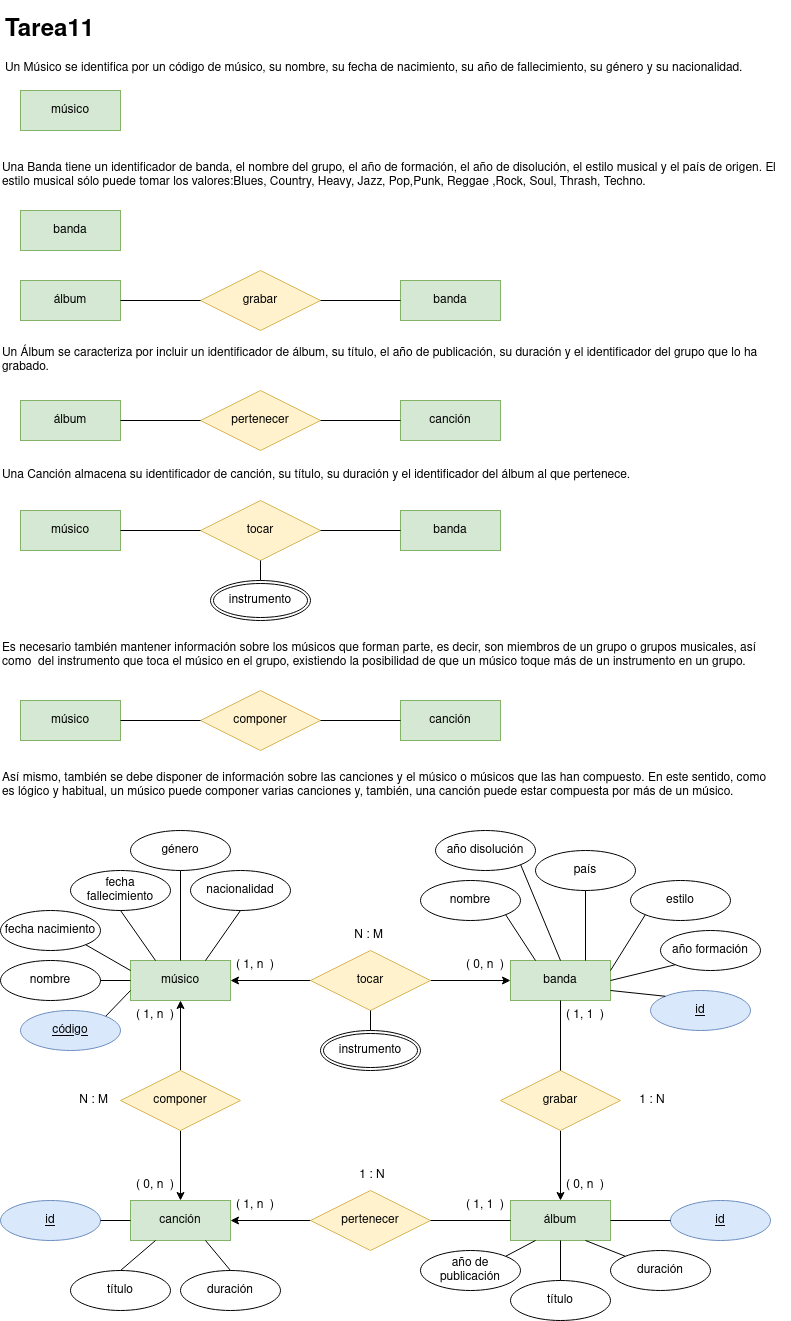
javigh193/bae keeps this draw.io diagram as tareasER/tarea11.png. Above is the earlier version. Source tidied: cells renumbered, new cells last; positions are measured from the earlier drawing's top-left corner, leaving out a move shared by most shapes.
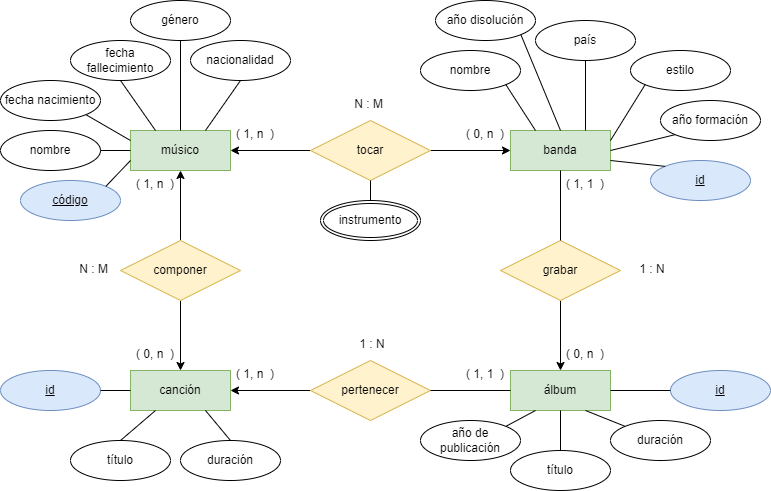
Later version of the same file.

Diff of the diagram source:
```diff
@@ -2,96 +2,6 @@
   <root>
     <mxCell id="0" />
     <mxCell id="1" parent="0" />
-    <mxCell id="2" value="&lt;h1&gt;Tarea11&lt;br&gt;&lt;/h1&gt;&lt;p&gt;Un Músico se identifica por un código de músico, su nombre, su fecha de nacimiento, su año de fallecimiento, su género y su nacionalidad.&lt;/p&gt;" style="text;html=1;strokeColor=none;fillColor=none;spacing=5;spacingTop=-20;whiteSpace=wrap;overflow=hidden;rounded=0;" parent="1" vertex="1">
-      <mxGeometry width="790" height="70" as="geometry" />
-    </mxCell>
-    <mxCell id="3" value="músico" style="whiteSpace=wrap;html=1;align=center;fillColor=#d5e8d4;strokeColor=#82b366;" parent="1" vertex="1">
-      <mxGeometry x="20" y="80" width="100" height="40" as="geometry" />
-    </mxCell>
-    <mxCell id="4" value="&lt;div align=&quot;left&quot;&gt;Una Banda tiene un identificador de banda, el nombre del grupo, el año de formación, el año de disolución, el estilo musical y el país de origen. El estilo musical sólo puede tomar los valores:Blues, Country, Heavy, Jazz, Pop,Punk, Reggae ,Rock, Soul, Thrash, Techno.&lt;/div&gt;" style="text;html=1;strokeColor=none;fillColor=none;align=left;verticalAlign=middle;whiteSpace=wrap;rounded=0;" parent="1" vertex="1">
-      <mxGeometry y="150" width="780" height="30" as="geometry" />
-    </mxCell>
-    <mxCell id="5" value="banda" style="whiteSpace=wrap;html=1;align=center;fillColor=#d5e8d4;strokeColor=#82b366;" parent="1" vertex="1">
-      <mxGeometry x="20" y="200" width="100" height="40" as="geometry" />
-    </mxCell>
-    <mxCell id="6" value="álbum" style="whiteSpace=wrap;html=1;align=center;fillColor=#d5e8d4;strokeColor=#82b366;" parent="1" vertex="1">
-      <mxGeometry x="20" y="270" width="100" height="40" as="geometry" />
-    </mxCell>
-    <mxCell id="7" value="Un Álbum se caracteriza por incluir un identificador de álbum, su título, el año de publicación, su duración y el identificador del grupo que lo ha grabado." style="text;html=1;strokeColor=none;fillColor=none;align=left;verticalAlign=middle;whiteSpace=wrap;rounded=0;" parent="1" vertex="1">
-      <mxGeometry y="335" width="780" height="30" as="geometry" />
-    </mxCell>
-    <mxCell id="8" value="Una Canción almacena su identificador de canción, su título, su duración y el identificador del álbum al que pertenece." style="text;html=1;strokeColor=none;fillColor=none;align=left;verticalAlign=middle;whiteSpace=wrap;rounded=0;" parent="1" vertex="1">
-      <mxGeometry y="450" width="780" height="30" as="geometry" />
-    </mxCell>
-    <mxCell id="9" value="Es necesario también mantener información sobre los músicos que forman parte, es decir, son miembros de un grupo o grupos musicales, así como&amp;nbsp; del instrumento que toca el músico en el grupo, existiendo la posibilidad de que un músico toque más de un instrumento en un grupo." style="text;html=1;strokeColor=none;fillColor=none;align=left;verticalAlign=middle;whiteSpace=wrap;rounded=0;" parent="1" vertex="1">
-      <mxGeometry y="620" width="780" height="50" as="geometry" />
-    </mxCell>
-    <mxCell id="10" value="canción" style="whiteSpace=wrap;html=1;align=center;fillColor=#d5e8d4;strokeColor=#82b366;" parent="1" vertex="1">
-      <mxGeometry x="400" y="390" width="100" height="40" as="geometry" />
-    </mxCell>
-    <mxCell id="11" value="grabar" style="shape=rhombus;perimeter=rhombusPerimeter;whiteSpace=wrap;html=1;align=center;fillColor=#fff2cc;strokeColor=#d6b656;" parent="1" vertex="1">
-      <mxGeometry x="200" y="260" width="120" height="60" as="geometry" />
-    </mxCell>
-    <mxCell id="12" value="banda" style="whiteSpace=wrap;html=1;align=center;fillColor=#d5e8d4;strokeColor=#82b366;" parent="1" vertex="1">
-      <mxGeometry x="400" y="270" width="100" height="40" as="geometry" />
-    </mxCell>
-    <mxCell id="13" style="endArrow=none;html=1;rounded=0;exitX=1;exitY=0.5;exitDx=0;exitDy=0;entryX=0;entryY=0.5;entryDx=0;entryDy=0;" parent="1" edge="1" source="11" target="12">
-      <mxGeometry relative="1" as="geometry" />
-    </mxCell>
-    <mxCell id="14" style="endArrow=none;html=1;rounded=0;exitX=0;exitY=0.5;exitDx=0;exitDy=0;entryX=1;entryY=0.5;entryDx=0;entryDy=0;" parent="1" edge="1" source="11" target="6">
-      <mxGeometry relative="1" as="geometry" />
-    </mxCell>
-    <mxCell id="15" value="álbum" style="whiteSpace=wrap;html=1;align=center;fillColor=#d5e8d4;strokeColor=#82b366;" parent="1" vertex="1">
-      <mxGeometry x="20" y="390" width="100" height="40" as="geometry" />
-    </mxCell>
-    <mxCell id="16" value="pertenecer" style="shape=rhombus;perimeter=rhombusPerimeter;whiteSpace=wrap;html=1;align=center;fillColor=#fff2cc;strokeColor=#d6b656;" parent="1" vertex="1">
-      <mxGeometry x="200" y="380" width="120" height="60" as="geometry" />
-    </mxCell>
-    <mxCell id="17" style="endArrow=none;html=1;rounded=0;exitX=1;exitY=0.5;exitDx=0;exitDy=0;entryX=0;entryY=0.5;entryDx=0;entryDy=0;" parent="1" edge="1" source="16" target="10">
-      <mxGeometry relative="1" as="geometry" />
-    </mxCell>
-    <mxCell id="18" style="endArrow=none;html=1;rounded=0;exitX=0;exitY=0.5;exitDx=0;exitDy=0;entryX=1;entryY=0.5;entryDx=0;entryDy=0;" parent="1" edge="1" source="16" target="15">
-      <mxGeometry relative="1" as="geometry" />
-    </mxCell>
-    <mxCell id="19" value="músico" style="whiteSpace=wrap;html=1;align=center;fillColor=#d5e8d4;strokeColor=#82b366;" parent="1" vertex="1">
-      <mxGeometry x="20" y="500" width="100" height="40" as="geometry" />
-    </mxCell>
-    <mxCell id="20" value="banda" style="whiteSpace=wrap;html=1;align=center;fillColor=#d5e8d4;strokeColor=#82b366;" parent="1" vertex="1">
-      <mxGeometry x="400" y="500" width="100" height="40" as="geometry" />
-    </mxCell>
-    <mxCell id="21" value="tocar" style="shape=rhombus;perimeter=rhombusPerimeter;whiteSpace=wrap;html=1;align=center;fillColor=#fff2cc;strokeColor=#d6b656;" parent="1" vertex="1">
-      <mxGeometry x="200" y="490" width="120" height="60" as="geometry" />
-    </mxCell>
-    <mxCell id="22" style="endArrow=none;html=1;rounded=0;exitX=1;exitY=0.5;exitDx=0;exitDy=0;entryX=0;entryY=0.5;entryDx=0;entryDy=0;" parent="1" edge="1" source="21" target="20">
-      <mxGeometry relative="1" as="geometry" />
-    </mxCell>
-    <mxCell id="23" style="endArrow=none;html=1;rounded=0;exitX=0;exitY=0.5;exitDx=0;exitDy=0;entryX=1;entryY=0.5;entryDx=0;entryDy=0;" parent="1" edge="1" source="21" target="19">
-      <mxGeometry relative="1" as="geometry" />
-    </mxCell>
-    <mxCell id="24" value="instrumento" style="ellipse;shape=doubleEllipse;margin=3;whiteSpace=wrap;html=1;align=center;" parent="1" vertex="1">
-      <mxGeometry x="210" y="570" width="100" height="40" as="geometry" />
-    </mxCell>
-    <mxCell id="25" style="endArrow=none;html=1;rounded=0;exitX=0.5;exitY=1;exitDx=0;exitDy=0;entryX=0.5;entryY=0;entryDx=0;entryDy=0;" parent="1" edge="1" source="21" target="24">
-      <mxGeometry relative="1" as="geometry" />
-    </mxCell>
-    <mxCell id="26" value="Así mismo, también se debe disponer de información sobre las canciones y el músico o músicos que las han compuesto. En este sentido, como es lógico y habitual, un músico puede componer varias canciones y, también, una canción puede estar compuesta por más de un músico." style="text;html=1;strokeColor=none;fillColor=none;align=left;verticalAlign=middle;whiteSpace=wrap;rounded=0;" parent="1" vertex="1">
-      <mxGeometry y="750" width="780" height="50" as="geometry" />
-    </mxCell>
-    <mxCell id="27" value="músico" style="whiteSpace=wrap;html=1;align=center;fillColor=#d5e8d4;strokeColor=#82b366;" parent="1" vertex="1">
-      <mxGeometry x="20" y="690" width="100" height="40" as="geometry" />
-    </mxCell>
-    <mxCell id="28" value="componer" style="shape=rhombus;perimeter=rhombusPerimeter;whiteSpace=wrap;html=1;align=center;fillColor=#fff2cc;strokeColor=#d6b656;" parent="1" vertex="1">
-      <mxGeometry x="200" y="680" width="120" height="60" as="geometry" />
-    </mxCell>
-    <mxCell id="29" value="canción" style="whiteSpace=wrap;html=1;align=center;fillColor=#d5e8d4;strokeColor=#82b366;" parent="1" vertex="1">
-      <mxGeometry x="400" y="690" width="100" height="40" as="geometry" />
-    </mxCell>
-    <mxCell id="30" style="endArrow=none;html=1;rounded=0;exitX=1;exitY=0.5;exitDx=0;exitDy=0;entryX=0;entryY=0.5;entryDx=0;entryDy=0;" parent="1" edge="1" source="28" target="29">
-      <mxGeometry relative="1" as="geometry" />
-    </mxCell>
-    <mxCell id="31" style="endArrow=none;html=1;rounded=0;exitX=0;exitY=0.5;exitDx=0;exitDy=0;entryX=1;entryY=0.5;entryDx=0;entryDy=0;" parent="1" edge="1" source="28" target="27">
-      <mxGeometry relative="1" as="geometry" />
-    </mxCell>
     <mxCell id="32" value="músico" style="whiteSpace=wrap;html=1;align=center;fillColor=#d5e8d4;strokeColor=#82b366;" parent="1" vertex="1">
       <mxGeometry x="130" y="950" width="100" height="40" as="geometry" />
     </mxCell>
```
